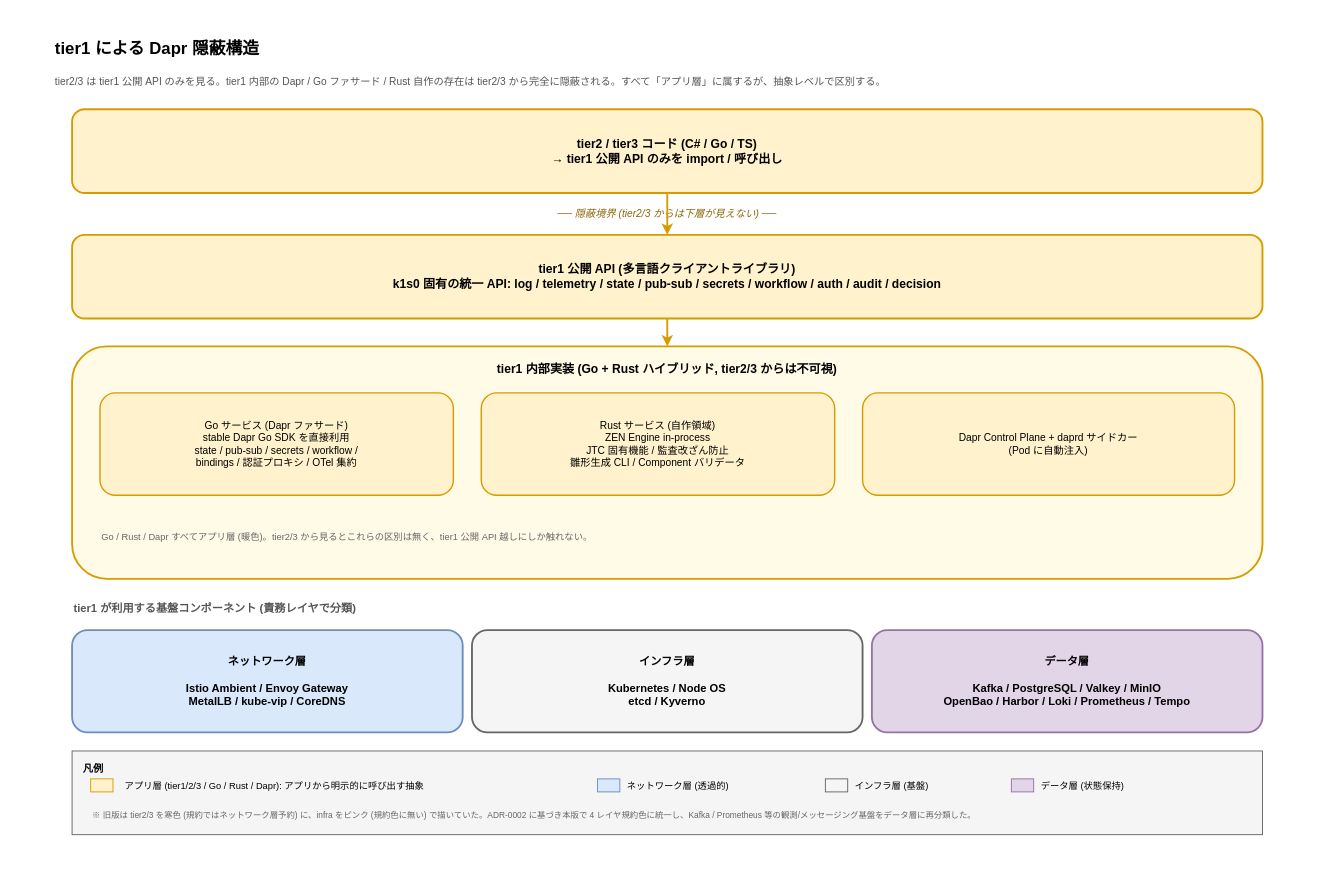
The draw.io diagram docs/02_構想設計/02_tier1設計/img/Dapr隠蔽.drawio in RyuheiKiso/k1s0, before the edit. Source tidied: cells renumbered, new cells numbered last; positions are measured from the earlier drawing's top-left corner, leaving out a move shared by most shapes. Both pictures are drawn from the tidied source at 93%, with x=0, y=0 at pixel (16, 16).
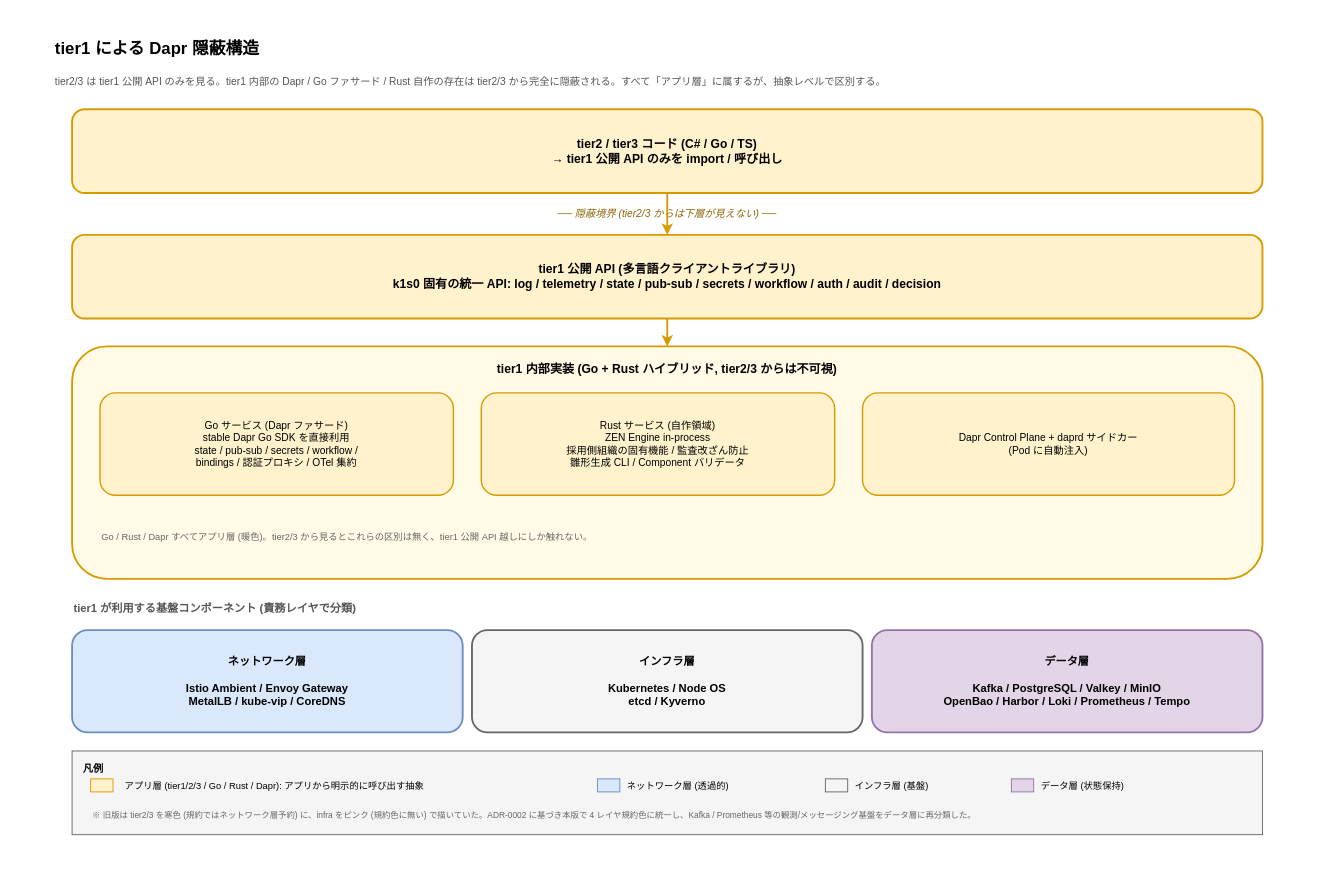
The same diagram, later.

The edit, as a diff of the source:
```diff
@@
-    <mxCell id="10" value="Rust サービス (自作領域)&#10;ZEN Engine in-process&#10;JTC 固有機能 / 監査改ざん防止&#10;雛形生成 CLI / Component バリデータ" style="rounded=1;whiteSpace=wrap;html=1;fillColor=#fff2cc;strokeColor=#d79b00;strokeWidth=1.5;fontSize=11;align=center;verticalAlign=middle;" parent="1" vertex="1">
+    <mxCell id="10" value="Rust サービス (自作領域)&#10;ZEN Engine in-process&#10;採用側組織の固有機能 / 監査改ざん防止&#10;雛形生成 CLI / Component バリデータ" style="rounded=1;whiteSpace=wrap;html=1;fillColor=#fff2cc;strokeColor=#d79b00;strokeWidth=1.5;fontSize=11;align=center;verticalAlign=middle;" parent="1" vertex="1">
       <mxGeometry x="500" y="405" width="380" height="110" as="geometry" />
     </mxCell>
```
